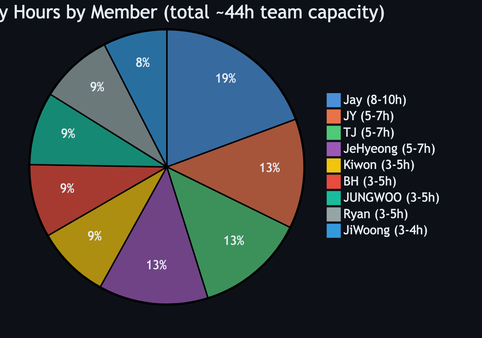
Before: products/hypeproof-workflow-diagrams/d7.png, a diagram exported from Mermaid (JeHyeong2/hypeprooflab). Its source is kept beside it as products/hypeproof-workflow-diagrams/d7.mmd. The source it was exported from:
```mermaid
%%{init: {'theme': 'base', 'themeVariables': {'pie1': '#4A90D9', 'pie2': '#E8734A', 'pie3': '#50C878', 'pie4': '#9B59B6', 'pie5': '#F1C40F', 'pie6': '#E74C3C', 'pie7': '#1ABC9C', 'pie8': '#95A5A6', 'pie9': '#3498DB'}}}%%
pie title Weekly Hours by Member (total ~44h team capacity)
    "Jay (8-10h)" : 9
    "Kiwon (3-5h)" : 4
    "JiWoong (3-4h)" : 3.5
    "JY (5-7h)" : 6
    "TJ (5-7h)" : 6
    "JeHyeong (5-7h)" : 6
    "BH (3-5h)" : 4
    "JUNGWOO (3-5h)" : 4
    "Ryan (3-5h)" : 4
```
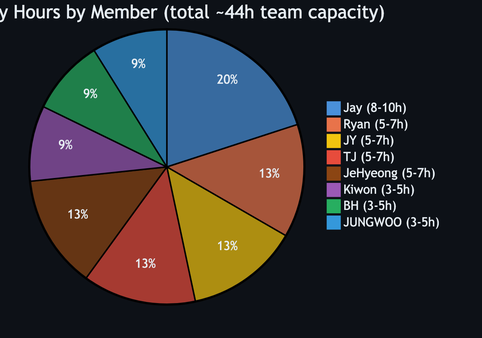
After the commit.

The edit, as a diff of the source:
```diff
@@ -1,11 +1,10 @@
-%%{init: {'theme': 'base', 'themeVariables': {'pie1': '#4A90D9', 'pie2': '#E8734A', 'pie3': '#50C878', 'pie4': '#9B59B6', 'pie5': '#F1C40F', 'pie6': '#E74C3C', 'pie7': '#1ABC9C', 'pie8': '#95A5A6', 'pie9': '#3498DB'}}}%%
+%%{init: {'theme': 'base', 'themeVariables': {'pie1': '#4A90D9', 'pie2': '#E8734A', 'pie3': '#F1C40F', 'pie4': '#E74C3C', 'pie5': '#8B4513', 'pie6': '#9B59B6', 'pie7': '#27AE60', 'pie8': '#3498DB'}}}%%
 pie title Weekly Hours by Member (total ~44h team capacity)
     "Jay (8-10h)" : 9
     "Kiwon (3-5h)" : 4
-    "JiWoong (3-4h)" : 3.5
+    "Ryan (5-7h)" : 6
     "JY (5-7h)" : 6
     "TJ (5-7h)" : 6
     "JeHyeong (5-7h)" : 6
     "BH (3-5h)" : 4
     "JUNGWOO (3-5h)" : 4
-    "Ryan (3-5h)" : 4
```
